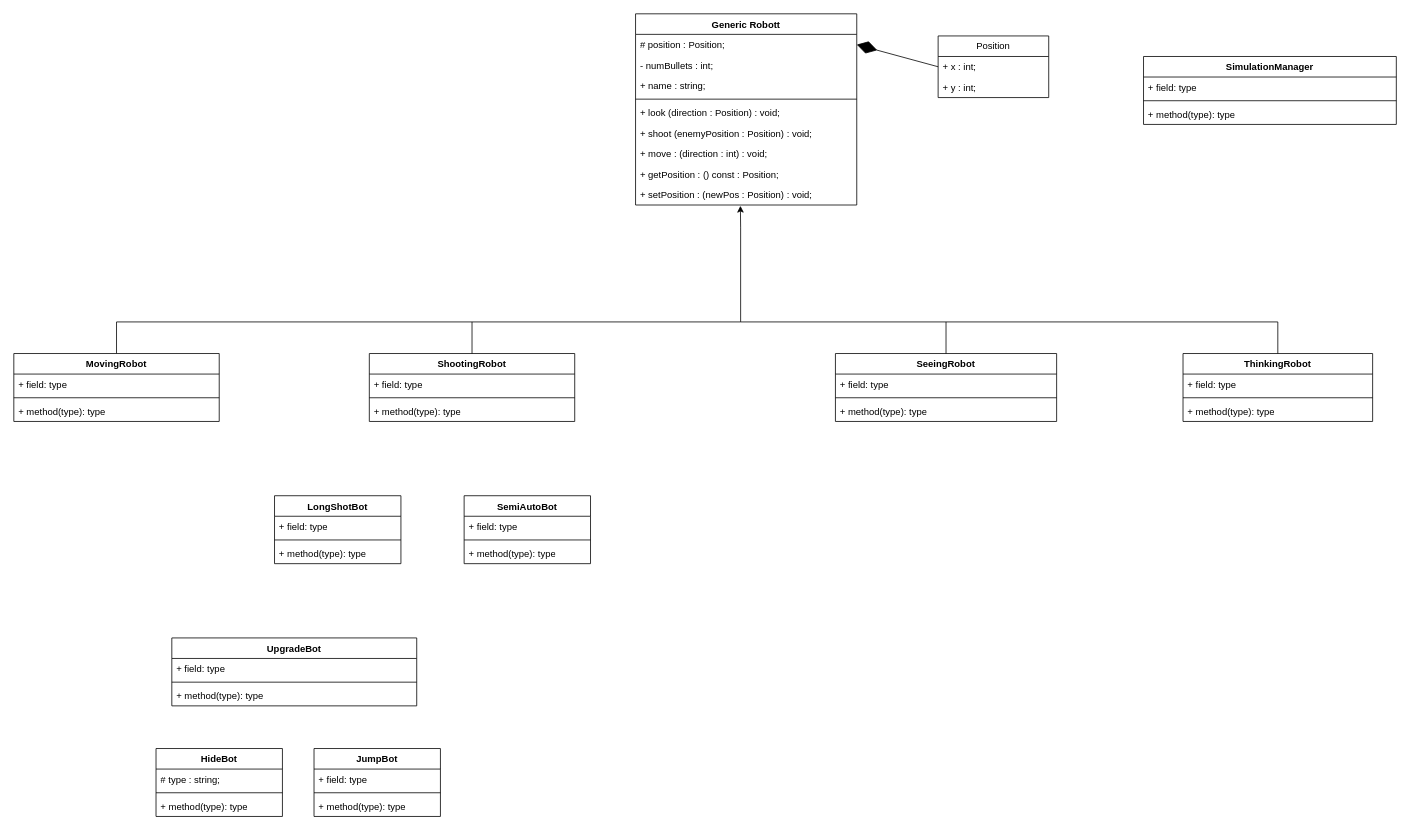
Above: class (1).drawio in mohammadmuazzam/oopds (draw.io), before the change. Source tidied: cells renumbered, new cells numbered last; positions are measured from the earlier drawing's top-left corner, leaving out a move shared by most shapes. Both pictures are drawn from the tidied source at 79%, with x=0, y=0 at pixel (13, 13).
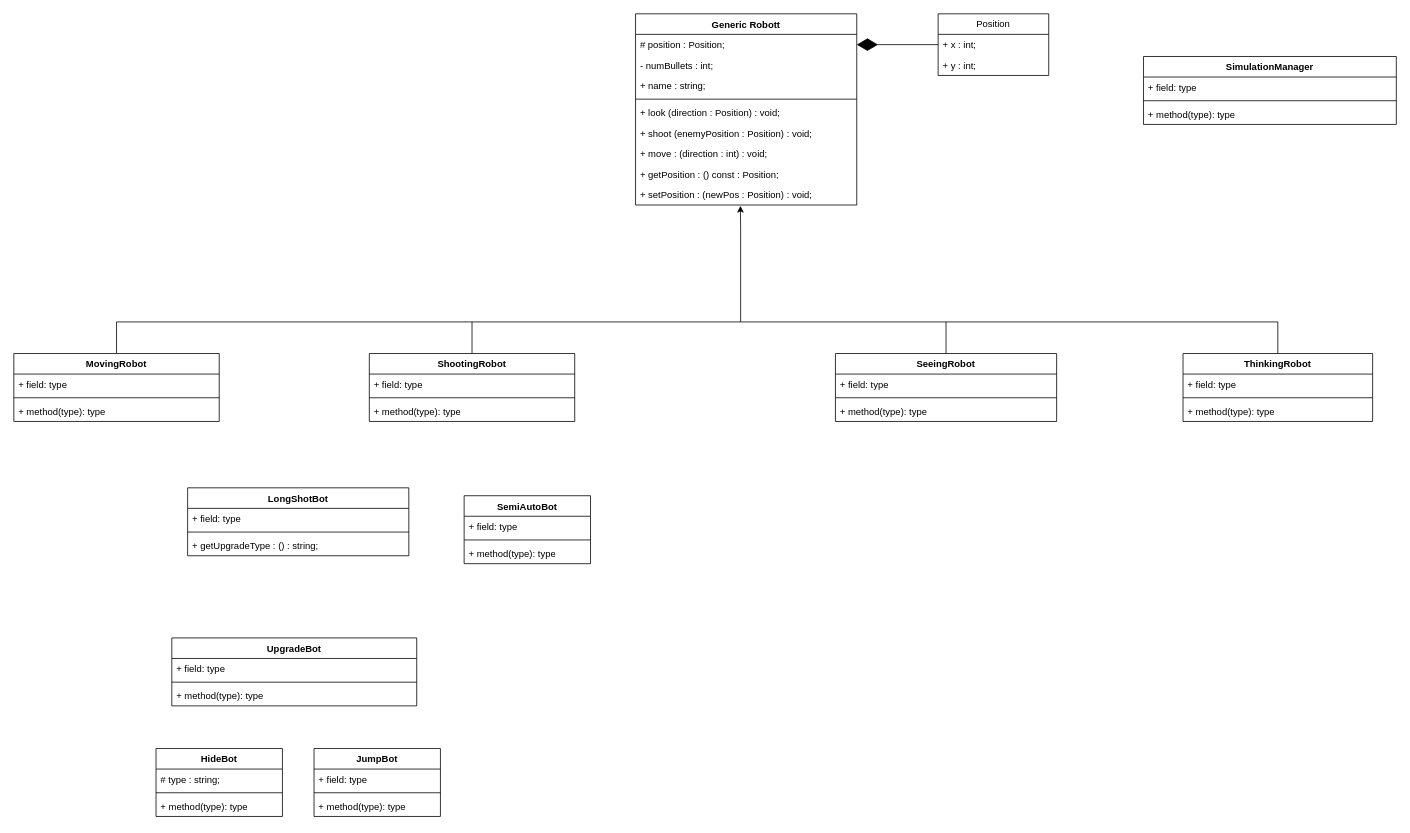
The same page after the edit.

Commit message:
getUpgradeType added to longshotbot only

Diff of the diagram source:
```diff
@@
     <mxCell id="12" value="Position" style="swimlane;fontStyle=0;horizontal=1;startSize=26;fillColor=none;whiteSpace=wrap;html=1;" parent="1" vertex="1">
-      <mxGeometry x="1170" y="28" width="140" height="78" as="geometry" />
+      <mxGeometry x="1170" width="140" height="78" as="geometry" />
     </mxCell>
@@
     <mxCell id="44" value="LongShotBot" style="swimlane;fontStyle=1;align=center;verticalAlign=top;horizontal=1;startSize=26;whiteSpace=wrap;html=1;" parent="1" vertex="1">
-      <mxGeometry x="330" y="610" width="160" height="86" as="geometry" />
+      <mxGeometry x="220" y="600" width="280" height="86" as="geometry" />
     </mxCell>
     <mxCell id="45" value="+ field: type" style="text;strokeColor=none;fillColor=none;align=left;verticalAlign=top;spacingLeft=4;spacingRight=4;overflow=hidden;whiteSpace=wrap;html=1;" parent="44" vertex="1">
-      <mxGeometry y="26" width="160" height="26" as="geometry" />
+      <mxGeometry y="26" width="280" height="26" as="geometry" />
     </mxCell>
     <mxCell id="46" style="line;strokeWidth=1;fillColor=none;align=left;verticalAlign=middle;spacingTop=-1;spacingLeft=3;spacingRight=3;labelPosition=right;strokeColor=inherit;" parent="44" vertex="1">
-      <mxGeometry y="52" width="160" height="8" as="geometry" />
+      <mxGeometry y="52" width="280" height="8" as="geometry" />
     </mxCell>
-    <mxCell id="47" value="+ method(type): type" style="text;strokeColor=none;fillColor=none;align=left;verticalAlign=top;spacingLeft=4;spacingRight=4;overflow=hidden;whiteSpace=wrap;html=1;" parent="44" vertex="1">
-      <mxGeometry y="60" width="160" height="26" as="geometry" />
+    <mxCell id="47" value="+ getUpgradeType : () : string;" style="text;strokeColor=none;fillColor=none;align=left;verticalAlign=top;spacingLeft=4;spacingRight=4;overflow=hidden;whiteSpace=wrap;html=1;" parent="44" vertex="1">
+      <mxGeometry y="60" width="280" height="26" as="geometry" />
     </mxCell>
```
